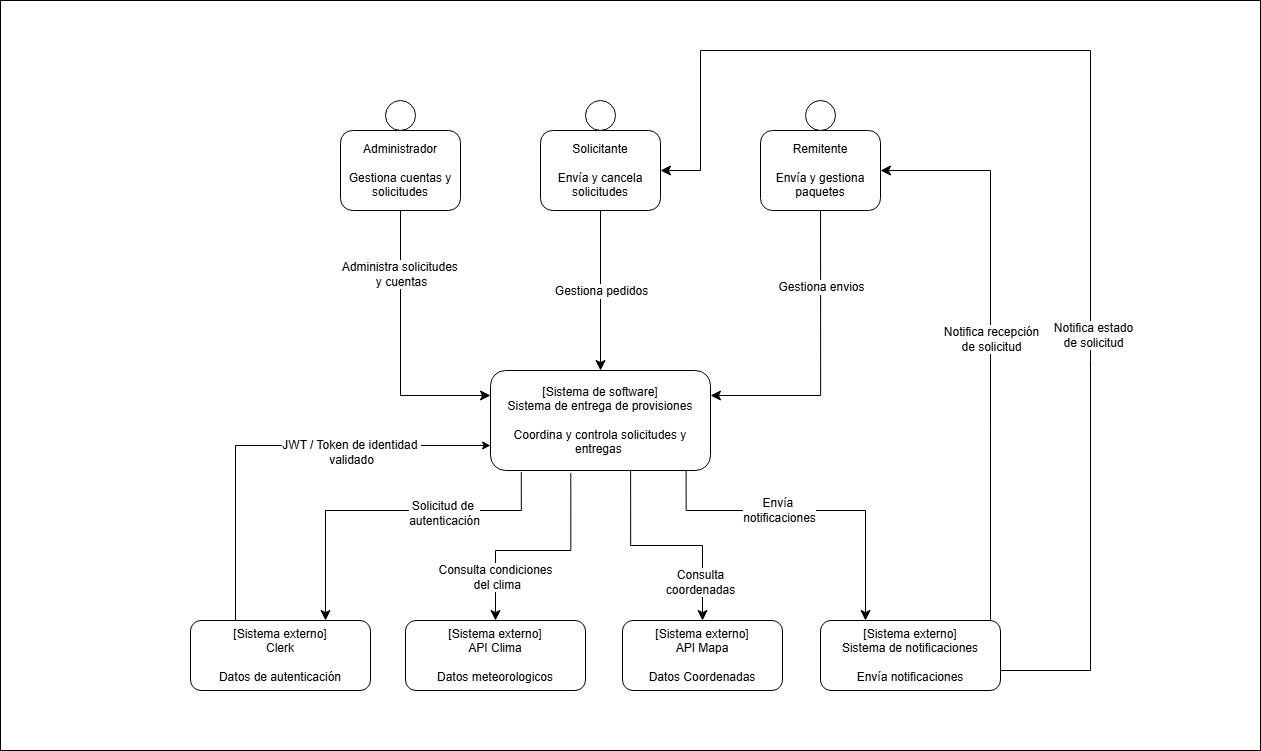
Above: Documentos/Diagramas C4/Contexto-final.png in proyecto-lanzador-de-suministros/Proyecto-lanzar (draw.io), before the change. Source tidied: cells renumbered, new cells last; positions are measured from the earlier drawing's top-left corner, leaving out a move shared by most shapes.
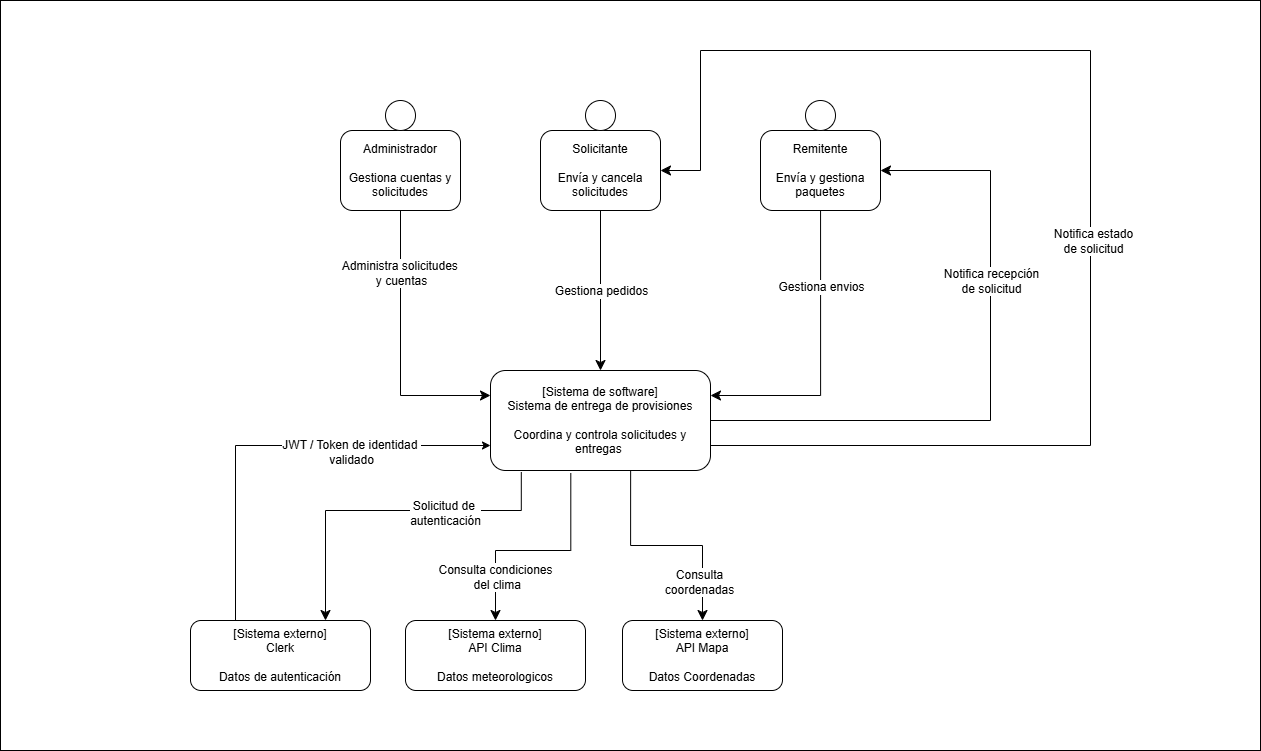
The same file after the commit.

Commit message:
diagramas c4 finales

The edit, as a diff of the source:
```diff
@@ -59,19 +59,6 @@
         <mxPoint x="50" y="36" as="offset" />
       </mxGeometry>
     </mxCell>
-    <mxCell id="12" style="edgeStyle=orthogonalEdgeStyle;rounded=0;jettySize=auto;html=1;fontSize=12;startSize=8;endSize=8;entryX=0.25;entryY=0;entryDx=0;entryDy=0;exitX=0.889;exitY=0.997;exitDx=0;exitDy=0;exitPerimeter=0;" parent="1" edge="1" source="14" target="24">
-      <mxGeometry relative="1" as="geometry">
-        <Array as="points">
-          <mxPoint x="686" y="510" />
-          <mxPoint x="865" y="510" />
-        </Array>
-      </mxGeometry>
-    </mxCell>
-    <mxCell id="13" value="Envía&amp;nbsp;&lt;div&gt;notificaciones&lt;/div&gt;" style="edgeLabel;html=1;align=center;verticalAlign=middle;fontSize=12;" parent="12" vertex="1">
-      <mxGeometry x="0.06" y="3" relative="1" as="geometry">
-        <mxPoint x="-42" y="2" as="offset" />
-      </mxGeometry>
-    </mxCell>
     <mxCell id="14" value="&lt;div&gt;[Sistema de software]&lt;/div&gt;Sistema de entrega de provisiones&lt;div&gt;&lt;br&gt;&lt;/div&gt;&lt;div&gt;Coordina y controla solicitudes y entregas&amp;nbsp;&lt;/div&gt;" style="rounded=1;whiteSpace=wrap;html=1;" parent="1" vertex="1">
       <mxGeometry x="490" y="370" width="220" height="100" as="geometry" />
     </mxCell>
@@ -84,19 +71,18 @@
     <mxCell id="17" style="ellipse;whiteSpace=wrap;html=1;" parent="1" vertex="1">
       <mxGeometry x="385" y="100" width="30" height="30" as="geometry" />
     </mxCell>
-    <mxCell id="18" style="endArrow=classic;endFill=1;endSize=8;html=1;rounded=0;exitX=1;exitY=0.25;exitDx=0;exitDy=0;" parent="1" edge="1" source="24">
+    <mxCell id="18" style="endArrow=classic;endFill=1;endSize=8;html=1;rounded=0;exitX=1;exitY=0.5;exitDx=0;exitDy=0;" parent="1" edge="1" source="14">
       <mxGeometry relative="1" as="geometry">
         <mxPoint x="880" y="170" as="targetPoint" />
         <Array as="points">
-          <mxPoint x="990" y="638" />
-          <mxPoint x="990" y="430" />
+          <mxPoint x="990" y="420" />
           <mxPoint x="990" y="170" />
         </Array>
       </mxGeometry>
     </mxCell>
     <mxCell id="19" value="&lt;div&gt;Notifica recepción&lt;/div&gt;&lt;div&gt;de solicitud&lt;/div&gt;" style="edgeLabel;html=1;align=center;verticalAlign=middle;fontSize=12;" parent="18" vertex="1">
       <mxGeometry x="0.22" y="-3" relative="1" as="geometry">
-        <mxPoint x="-3" y="50" as="offset" />
+        <mxPoint x="-3" y="-29" as="offset" />
       </mxGeometry>
     </mxCell>
     <mxCell id="20" style="edgeStyle=orthogonalEdgeStyle;rounded=0;jettySize=auto;html=1;entryX=1;entryY=0.25;entryDx=0;entryDy=0;fontSize=12;startSize=8;endSize=8;" parent="1" edge="1" target="14">
@@ -112,10 +98,10 @@
         <mxPoint x="2" y="33" as="offset" />
       </mxGeometry>
     </mxCell>
-    <mxCell id="22" style="edgeStyle=orthogonalEdgeStyle;rounded=0;jettySize=auto;html=1;entryX=1;entryY=0.5;entryDx=0;entryDy=0;fontSize=12;startSize=8;endSize=8;endArrow=classic;endFill=1;" parent="1" edge="1" source="24" target="25">
+    <mxCell id="22" style="edgeStyle=orthogonalEdgeStyle;rounded=0;jettySize=auto;html=1;entryX=1;entryY=0.5;entryDx=0;entryDy=0;fontSize=12;startSize=8;endSize=8;endArrow=classic;endFill=1;exitX=1;exitY=0.75;exitDx=0;exitDy=0;" parent="1" edge="1" source="14" target="25">
       <mxGeometry relative="1" as="geometry">
         <Array as="points">
-          <mxPoint x="1090" y="670" />
+          <mxPoint x="1090" y="445" />
           <mxPoint x="1090" y="50" />
           <mxPoint x="700" y="50" />
           <mxPoint x="700" y="170" />
@@ -124,12 +110,9 @@
     </mxCell>
     <mxCell id="23" value="Notifica estado&lt;div&gt;de solicitud&lt;/div&gt;" style="edgeLabel;html=1;align=center;verticalAlign=middle;fontSize=12;" parent="22" vertex="1">
       <mxGeometry x="-0.17" relative="1" as="geometry">
-        <mxPoint x="2" y="97" as="offset" />
+        <mxPoint x="2" y="-35" as="offset" />
       </mxGeometry>
     </mxCell>
-    <mxCell id="24" value="[Sistema externo]&lt;div&gt;Sistema de notificaciones&lt;/div&gt;&lt;div&gt;&lt;br&gt;&lt;/div&gt;&lt;div&gt;Envía notificaciones&lt;/div&gt;" style="rounded=1;whiteSpace=wrap;html=1;" parent="1" vertex="1">
-      <mxGeometry x="820" y="620" width="180" height="70" as="geometry" />
-    </mxCell>
     <mxCell id="25" value="&lt;div&gt;Solicitante&lt;/div&gt;&lt;div&gt;&lt;br&gt;&lt;/div&gt;&lt;div&gt;Envía y cancela solicitudes&lt;/div&gt;" style="rounded=1;whiteSpace=wrap;html=1;" parent="1" vertex="1">
       <mxGeometry x="540" y="130" width="120" height="80" as="geometry" />
     </mxCell>
```
